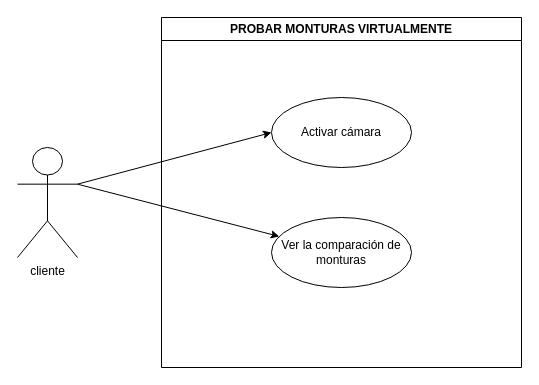
Earlier version of the draw.io diagram page "PROBAR MONTURAS VIRTUALMENTE" (4 of 20) of trimestreII/CASOS DE USO/optica balamb.drawio (LENICITA/OPTICA-BALAMB). Source tidied: cells renumbered, new cells numbered last; positions are measured from the earlier drawing's top-left corner, leaving out a move shared by most shapes. Both pictures are drawn from the tidied source at 100%, with x=0, y=0 at pixel (17, 17).
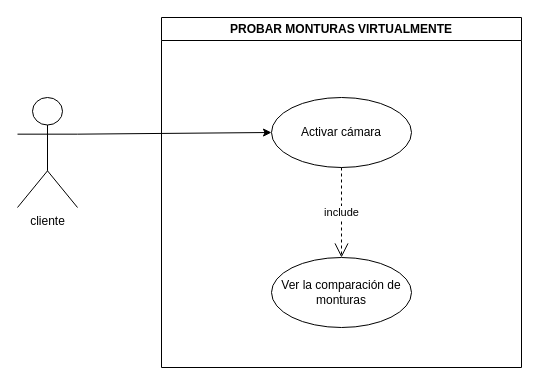
The same diagram, later.

Diff of the diagram source:
```diff
@@
 <mxGraphModel>
   <root>
     <mxCell id="0" />
     <mxCell id="1" parent="0" />
     <mxCell id="2" value="PROBAR MONTURAS VIRTUALMENTE" style="swimlane;whiteSpace=wrap;html=1;" parent="1" vertex="1">
       <mxGeometry x="144" width="360" height="350" as="geometry" />
     </mxCell>
     <mxCell id="3" value="Activar cámara" style="ellipse;whiteSpace=wrap;html=1;" parent="2" vertex="1">
       <mxGeometry x="110" y="80" width="140" height="70" as="geometry" />
     </mxCell>
     <mxCell id="4" value="Ver la comparación de monturas" style="ellipse;whiteSpace=wrap;html=1;" parent="2" vertex="1">
-      <mxGeometry x="110" y="200" width="140" height="70" as="geometry" />
+      <mxGeometry x="110" y="240" width="140" height="70" as="geometry" />
     </mxCell>
+    <mxCell id="8" value="include" style="endArrow=open;endSize=12;dashed=1;html=1;rounded=0;exitX=0.5;exitY=1;exitDx=0;exitDy=0;entryX=0.5;entryY=0;entryDx=0;entryDy=0;" parent="2" edge="1" source="3" target="4">
+      <mxGeometry relative="1" as="geometry" />
+    </mxCell>
     <mxCell id="5" style="rounded=0;jettySize=auto;html=1;entryX=0;entryY=0.5;entryDx=0;entryDy=0;exitX=1;exitY=0.3333333333333333;exitDx=0;exitDy=0;exitPerimeter=0;" parent="1" edge="1" source="7" target="3">
       <mxGeometry relative="1" as="geometry" />
     </mxCell>
-    <mxCell id="6" style="rounded=0;jettySize=auto;html=1;exitX=1;exitY=0.3333333333333333;exitDx=0;exitDy=0;exitPerimeter=0;" parent="1" edge="1" source="7" target="4">
-      <mxGeometry relative="1" as="geometry" />
-    </mxCell>
     <mxCell id="7" value="cliente" style="shape=umlActor;verticalLabelPosition=bottom;verticalAlign=top;html=1;" parent="1" vertex="1">
-      <mxGeometry y="130" width="60" height="110" as="geometry" />
+      <mxGeometry y="80" width="60" height="110" as="geometry" />
     </mxCell>
   </root>
 </mxGraphModel>
```
